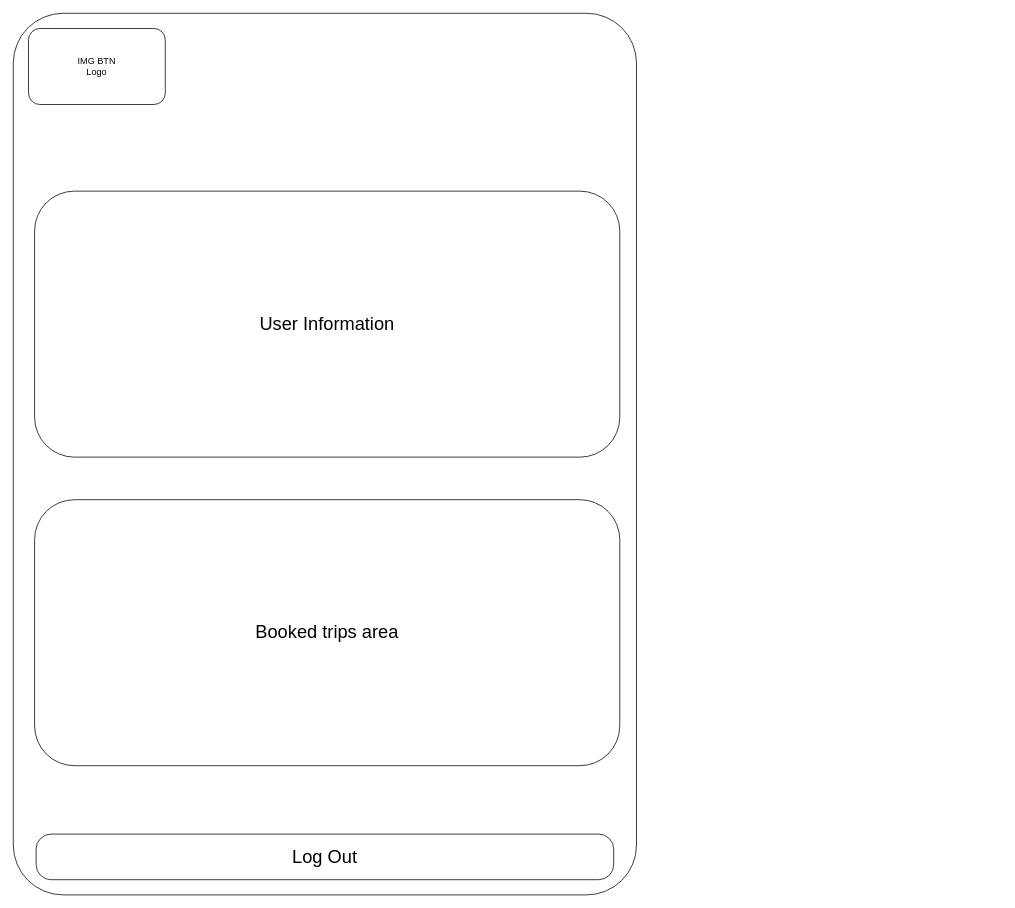
Earlier version of the draw.io diagram Wireframes/UserProfileMBAPP.drawio (BarryHennett/ISCG7424_MobileAssignment). Source tidied: cells renumbered, new cells numbered last; positions are measured from the earlier drawing's top-left corner, leaving out a move shared by most shapes. Both pictures are drawn from the tidied source at 76%, with x=0, y=0 at pixel (13, 13).
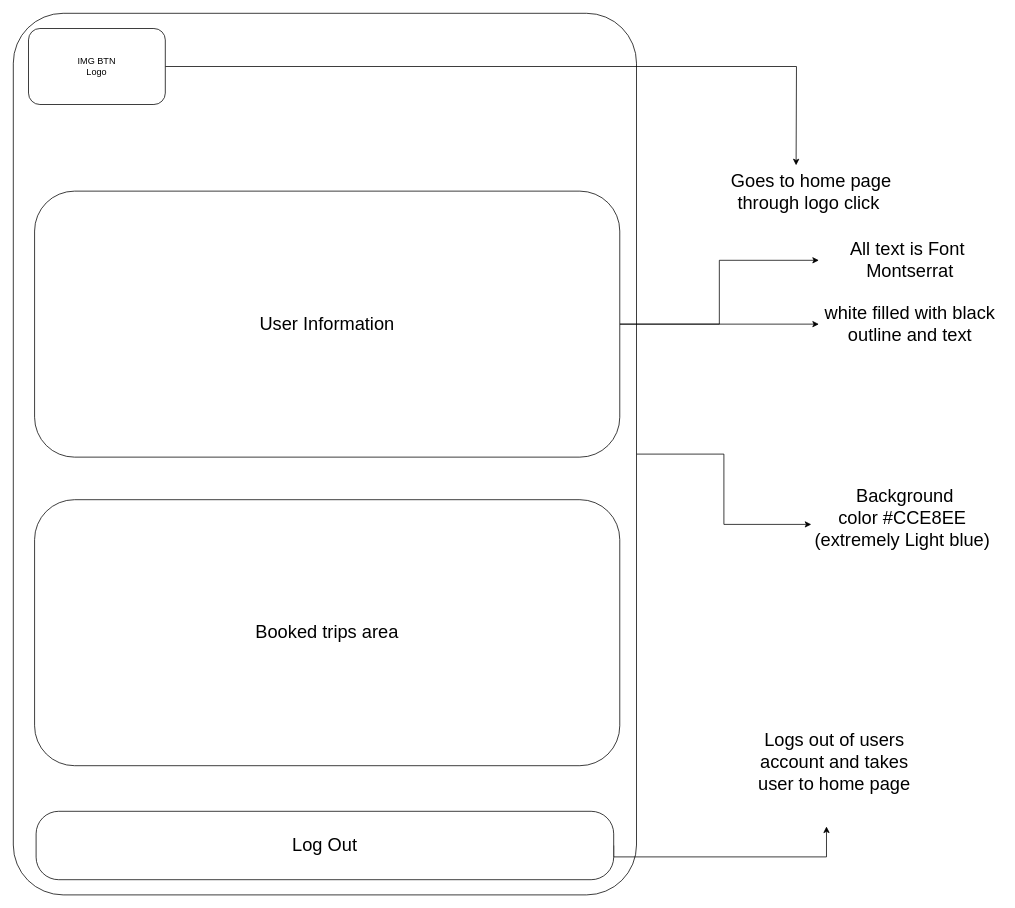
Above is the later version.

Change to the diagram source:
```diff
@@
 <mxGraphModel>
   <root>
     <mxCell id="0" />
     <mxCell id="1" parent="0" />
+    <mxCell id="7" style="edgeStyle=orthogonalEdgeStyle;rounded=0;jettySize=auto;html=1;exitX=1;exitY=0.5;exitDx=0;exitDy=0;entryX=0;entryY=0.75;entryDx=0;entryDy=0;" parent="1" edge="1" source="2" target="13">
+      <mxGeometry relative="1" as="geometry" />
+    </mxCell>
     <mxCell id="2" style="rounded=1;whiteSpace=wrap;html=1;arcSize=8;" parent="1" vertex="1">
       <mxGeometry width="820" height="1160" as="geometry" />
     </mxCell>
+    <mxCell id="8" style="edgeStyle=orthogonalEdgeStyle;rounded=0;jettySize=auto;html=1;exitX=1;exitY=0.5;exitDx=0;exitDy=0;" parent="1" edge="1" source="3">
+      <mxGeometry relative="1" as="geometry">
+        <mxPoint x="1070" y="1070" as="targetPoint" />
+        <Array as="points">
+          <mxPoint x="1070" y="1110" />
+          <mxPoint x="1070" y="1070" />
+        </Array>
+      </mxGeometry>
+    </mxCell>
     <mxCell id="3" value="&lt;font style=&quot;font-size: 24px;&quot;&gt;Log Out&lt;/font&gt;" style="rounded=1;whiteSpace=wrap;html=1;arcSize=33;" parent="1" vertex="1">
-      <mxGeometry x="30" y="1080" width="760" height="60" as="geometry" />
+      <mxGeometry x="30" y="1050" width="760" height="90" as="geometry" />
     </mxCell>
     <mxCell id="4" value="Booked trips area" style="rounded=1;whiteSpace=wrap;html=1;fontSize=24;" parent="1" vertex="1">
       <mxGeometry x="28" y="640" width="770" height="350" as="geometry" />
     </mxCell>
+    <mxCell id="9" style="edgeStyle=orthogonalEdgeStyle;rounded=0;jettySize=auto;html=1;exitX=1;exitY=0.5;exitDx=0;exitDy=0;entryX=0;entryY=0.5;entryDx=0;entryDy=0;" parent="1" edge="1" source="5" target="12">
+      <mxGeometry relative="1" as="geometry" />
+    </mxCell>
+    <mxCell id="10" style="edgeStyle=orthogonalEdgeStyle;rounded=0;jettySize=auto;html=1;exitX=1;exitY=0.5;exitDx=0;exitDy=0;" parent="1" edge="1" source="5" target="15">
+      <mxGeometry relative="1" as="geometry" />
+    </mxCell>
     <mxCell id="5" value="User Information" style="rounded=1;whiteSpace=wrap;html=1;fontSize=24;" parent="1" vertex="1">
       <mxGeometry x="28" y="234" width="770" height="350" as="geometry" />
     </mxCell>
+    <mxCell id="11" style="edgeStyle=orthogonalEdgeStyle;rounded=0;jettySize=auto;html=1;exitX=1;exitY=0.5;exitDx=0;exitDy=0;" parent="1" edge="1" source="6">
+      <mxGeometry relative="1" as="geometry">
+        <mxPoint x="1030" y="200" as="targetPoint" />
+      </mxGeometry>
+    </mxCell>
     <mxCell id="6" value="IMG BTN&lt;div&gt;Logo&lt;/div&gt;" style="rounded=1;whiteSpace=wrap;html=1;" parent="1" vertex="1">
       <mxGeometry x="20" y="20" width="180" height="100" as="geometry" />
     </mxCell>
+    <mxCell id="12" value="&lt;font style=&quot;font-size: 24px;&quot;&gt;All text is Font&amp;nbsp;&lt;/font&gt;&lt;div&gt;&lt;font style=&quot;&quot;&gt;&lt;font style=&quot;font-size: 24px;&quot;&gt;Montserrat&lt;/font&gt;&lt;br&gt;&lt;/font&gt;&lt;/div&gt;" style="text;strokeColor=none;align=center;fillColor=none;html=1;verticalAlign=middle;whiteSpace=wrap;rounded=0;" parent="1" vertex="1">
+      <mxGeometry x="1060" y="290" width="240" height="70" as="geometry" />
+    </mxCell>
+    <mxCell id="13" value="&lt;font style=&quot;font-size: 24px;&quot;&gt;&amp;nbsp;Background color&amp;nbsp;#CCE8EE (extremely Light blue)&lt;/font&gt;" style="text;strokeColor=none;align=center;fillColor=none;html=1;verticalAlign=middle;whiteSpace=wrap;rounded=0;" parent="1" vertex="1">
+      <mxGeometry x="1050" y="650" width="240" height="30" as="geometry" />
+    </mxCell>
+    <mxCell id="14" value="&lt;font style=&quot;font-size: 24px;&quot;&gt;Goes to home page through logo click&amp;nbsp;&lt;/font&gt;" style="text;html=1;align=center;verticalAlign=middle;whiteSpace=wrap;rounded=0;" parent="1" vertex="1">
+      <mxGeometry x="940" y="220" width="220" height="30" as="geometry" />
+    </mxCell>
+    <mxCell id="15" value="&lt;font style=&quot;font-size: 24px;&quot;&gt;white filled with black outline and text&lt;/font&gt;" style="text;strokeColor=none;align=center;fillColor=none;html=1;verticalAlign=middle;whiteSpace=wrap;rounded=0;" parent="1" vertex="1">
+      <mxGeometry x="1060" y="394" width="240" height="30" as="geometry" />
+    </mxCell>
+    <mxCell id="16" value="&lt;font style=&quot;font-size: 24px;&quot;&gt;Logs out of users account and takes user to home page&lt;/font&gt;" style="text;strokeColor=none;align=center;fillColor=none;html=1;verticalAlign=middle;whiteSpace=wrap;rounded=0;" parent="1" vertex="1">
+      <mxGeometry x="970" y="930" width="221" height="110" as="geometry" />
+    </mxCell>
   </root>
 </mxGraphModel>
```
